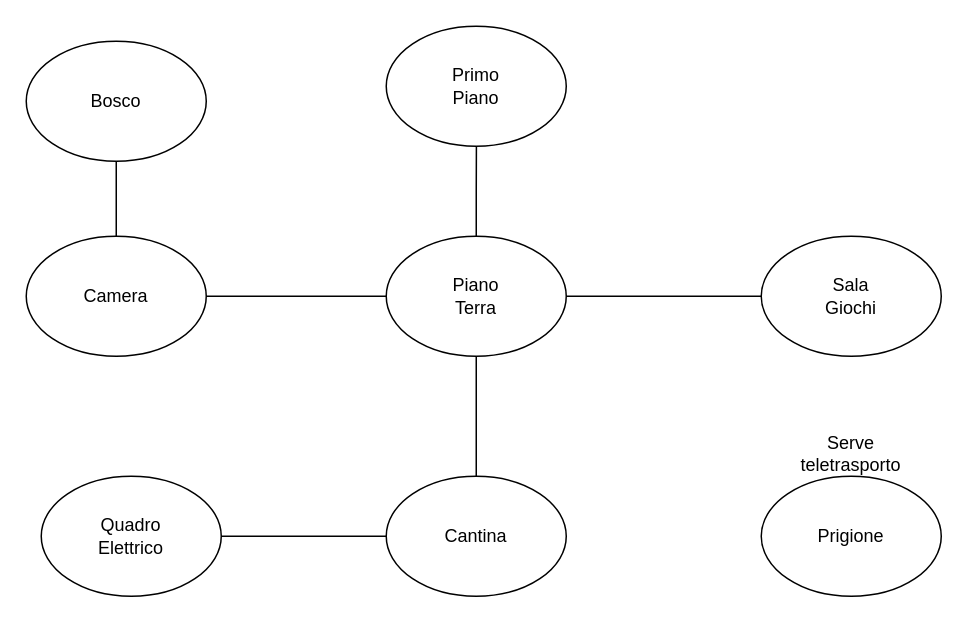
This is MappaGioco.drawio from ENRICOSCHI/ProgettoProgrammazioneOggetti, a draw.io file, before an edit. Source tidied: cells renumbered, new cells numbered last; positions are measured from the earlier drawing's top-left corner, leaving out a move shared by most shapes. Both pictures are drawn from the tidied source at 150%, with x=0, y=0 at pixel (26, 26).
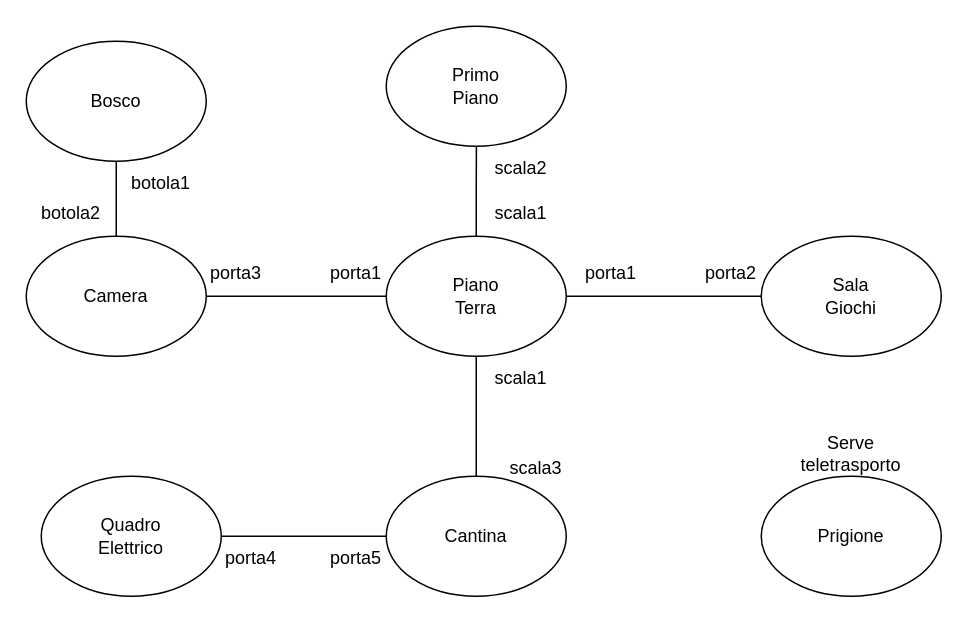
Above is the later version.

Change to the diagram source:
```diff
@@
+    <mxCell id="25" value="scala2" style="text;html=1;align=center;verticalAlign=middle;whiteSpace=wrap;rounded=0;" parent="1" vertex="1">
+      <mxGeometry x="300" y="80" width="60" height="30" as="geometry" />
+    </mxCell>
+    <mxCell id="26" value="scala1" style="text;html=1;align=center;verticalAlign=middle;whiteSpace=wrap;rounded=0;" parent="1" vertex="1">
+      <mxGeometry x="300" y="110" width="60" height="30" as="geometry" />
+    </mxCell>
+    <mxCell id="27" value="scala1" style="text;html=1;align=center;verticalAlign=middle;whiteSpace=wrap;rounded=0;" parent="1" vertex="1">
+      <mxGeometry x="300" y="220" width="60" height="30" as="geometry" />
+    </mxCell>
+    <mxCell id="28" value="porta1" style="text;html=1;align=center;verticalAlign=middle;whiteSpace=wrap;rounded=0;" parent="1" vertex="1">
+      <mxGeometry x="360" y="150" width="60" height="30" as="geometry" />
+    </mxCell>
+    <mxCell id="29" value="porta1" style="text;html=1;align=center;verticalAlign=middle;whiteSpace=wrap;rounded=0;" parent="1" vertex="1">
+      <mxGeometry x="190" y="150" width="60" height="30" as="geometry" />
+    </mxCell>
+    <mxCell id="30" value="porta3" style="text;html=1;align=center;verticalAlign=middle;whiteSpace=wrap;rounded=0;" parent="1" vertex="1">
+      <mxGeometry x="110" y="150" width="60" height="30" as="geometry" />
+    </mxCell>
+    <mxCell id="31" value="porta2" style="text;html=1;align=center;verticalAlign=middle;whiteSpace=wrap;rounded=0;" parent="1" vertex="1">
+      <mxGeometry x="440" y="150" width="60" height="30" as="geometry" />
+    </mxCell>
+    <mxCell id="32" value="botola1" style="text;html=1;align=center;verticalAlign=middle;whiteSpace=wrap;rounded=0;" parent="1" vertex="1">
+      <mxGeometry x="60" y="90" width="60" height="30" as="geometry" />
+    </mxCell>
+    <mxCell id="33" value="botola2" style="text;html=1;align=center;verticalAlign=middle;whiteSpace=wrap;rounded=0;" parent="1" vertex="1">
+      <mxGeometry y="110" width="60" height="30" as="geometry" />
+    </mxCell>
+    <mxCell id="34" value="scala3" style="text;html=1;align=center;verticalAlign=middle;whiteSpace=wrap;rounded=0;" parent="1" vertex="1">
+      <mxGeometry x="310" y="280" width="60" height="30" as="geometry" />
+    </mxCell>
+    <mxCell id="35" value="porta4" style="text;html=1;align=center;verticalAlign=middle;whiteSpace=wrap;rounded=0;" parent="1" vertex="1">
+      <mxGeometry x="120" y="340" width="60" height="30" as="geometry" />
+    </mxCell>
+    <mxCell id="36" value="porta5" style="text;html=1;align=center;verticalAlign=middle;whiteSpace=wrap;rounded=0;" parent="1" vertex="1">
+      <mxGeometry x="190" y="340" width="60" height="30" as="geometry" />
+    </mxCell>
```
